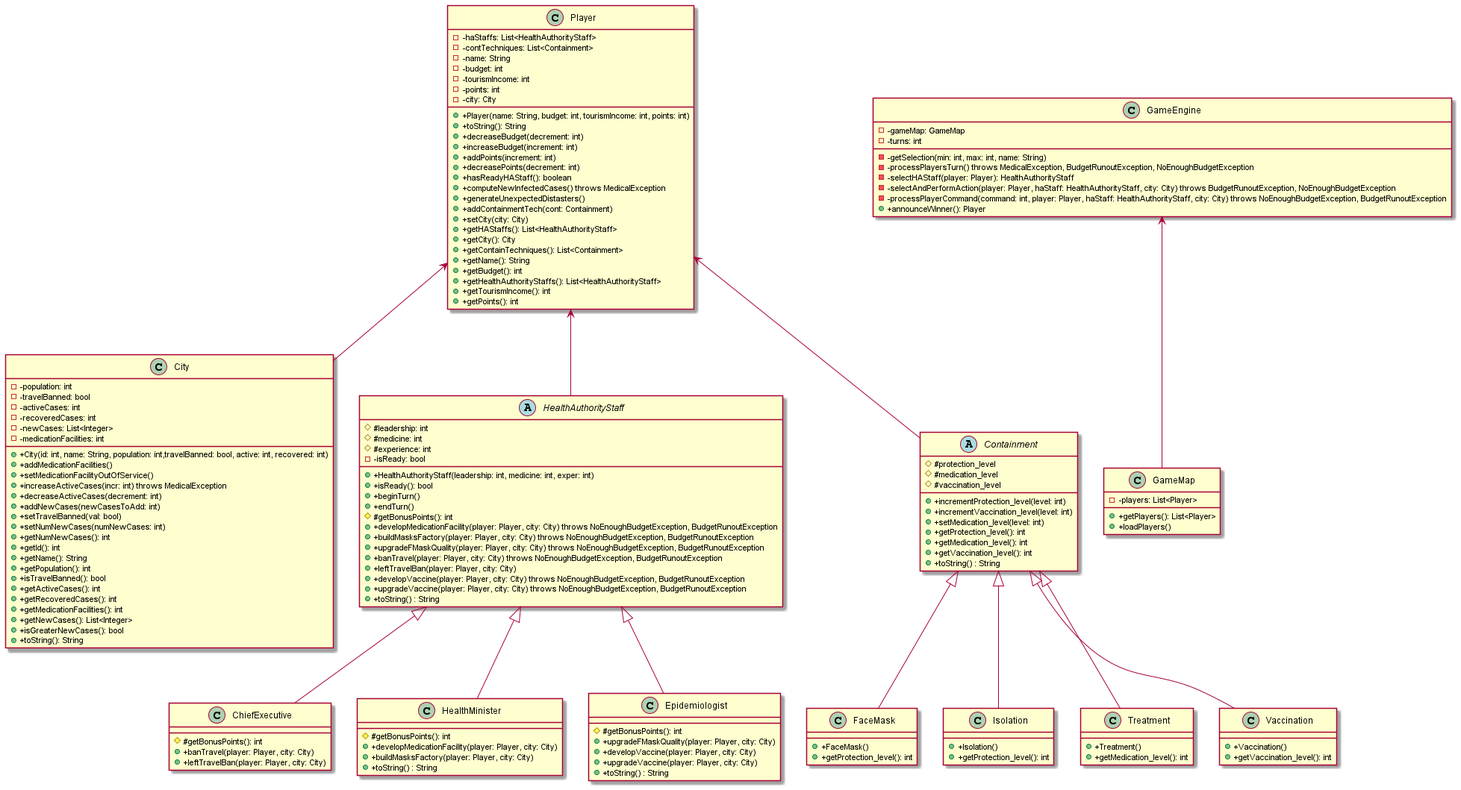
This is engine.png from ahmad-hl/comp3021-corona-spring2021, a PlantUML export, as it was before one commit.
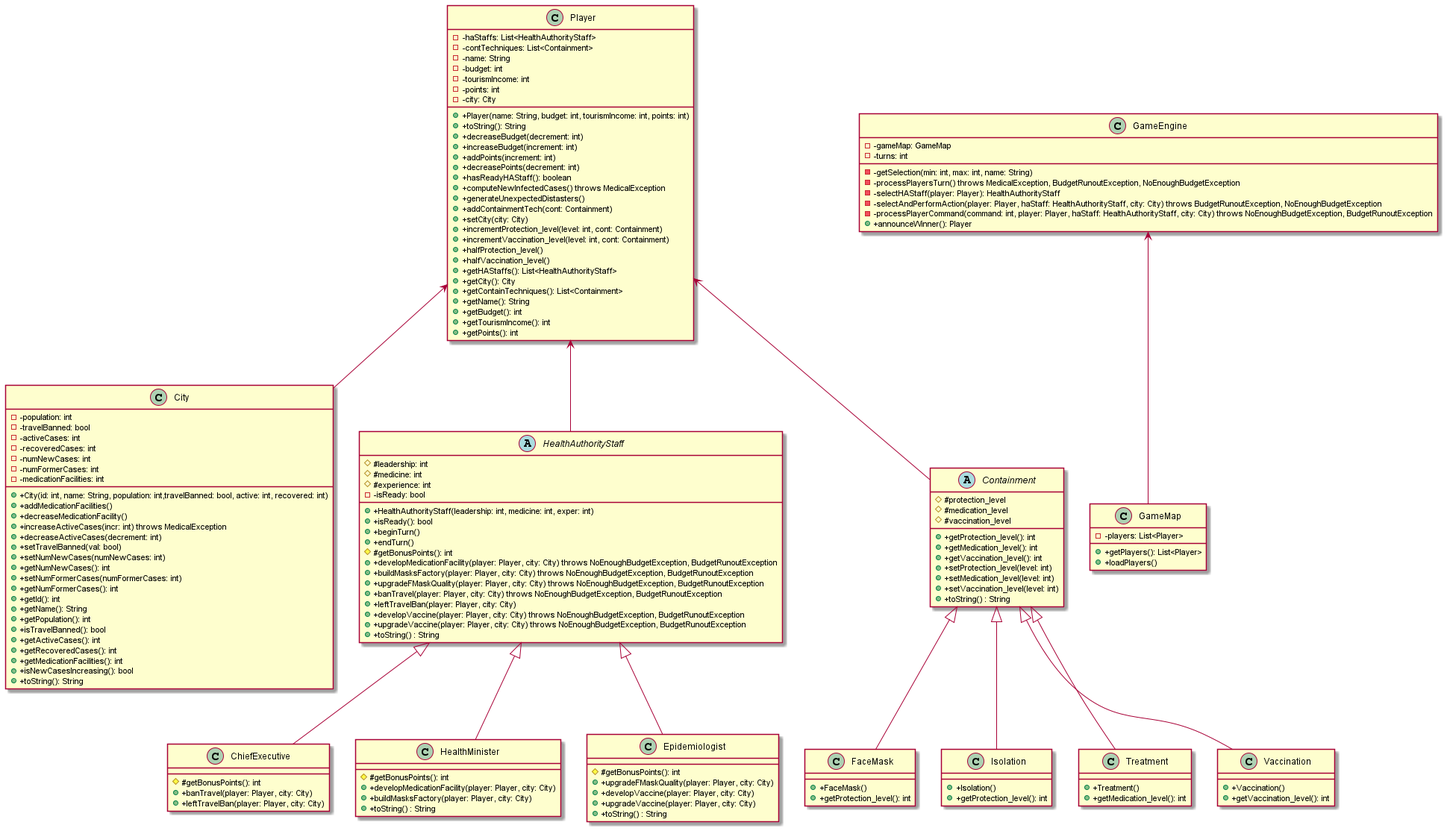
After the commit.

What changed in the source:
```diff
@@ -4,17 +4,20 @@
 - -travelBanned: bool
 - -activeCases: int
 - -recoveredCases: int
-- -newCases: List<Integer>
+- -numNewCases: int
+- -numFormerCases: int
 - -medicationFacilities: int
+
 + +City(id: int, name: String, population: int,travelBanned: bool, active: int, recovered: int)
 + +addMedicationFacilities()
-+ +setMedicationFacilityOutOfService()
++ +decreaseMedicationFacility()
 + +increaseActiveCases(incr: int) throws MedicalException
 + +decreaseActiveCases(decrement: int)
-+ +addNewCases(newCasesToAdd: int)
 + +setTravelBanned(val: bool)
 + +setNumNewCases(numNewCases: int)
 + +getNumNewCases(): int
++ +setNumFormerCases(numFormerCases: int)
++ +getNumFormerCases(): int
 + +getId(): int
 + +getName(): String
 + +getPopulation(): int
@@ -22,8 +25,7 @@
 + +getActiveCases(): int
 + +getRecoveredCases(): int
 + +getMedicationFacilities(): int
-+ +getNewCases(): List<Integer>
-+ +isGreaterNewCases(): bool
++ +isNewCasesIncreasing(): bool
 + +toString(): String
 }
 
@@ -46,12 +48,15 @@
 + +generateUnexpectedDistasters()
 + +addContainmentTech(cont: Containment)
 + +setCity(city: City)
++ +incrementProtection_level(level: int, cont: Containment)
++ +incrementVaccination_level(level: int, cont: Containment)
++ +halfProtection_level()
++ +halfVaccination_level()
 + +getHAStaffs(): List<HealthAuthorityStaff>
 + +getCity(): City
 + +getContainTechniques(): List<Containment>
 + +getName(): String
 + +getBudget(): int
-+ +getHealthAuthorityStaffs(): List<HealthAuthorityStaff>
 + +getTourismIncome(): int
 + +getPoints(): int
 }
@@ -119,14 +124,15 @@
 # #protection_level
 # #medication_level
 # #vaccination_level
-+ +incrementProtection_level(level: int)
-+ +incrementVaccination_level(level: int)
-+ +setMedication_level(level: int)
 + +getProtection_level(): int
 + +getMedication_level(): int
 + +getVaccination_level(): int
++ +setProtection_level(level: int)
++ +setMedication_level(level: int)
++ +setVaccination_level(level: int)
 + +toString() : String
 }
+
 class FaceMask{
 + +FaceMask()
 + +getProtection_level(): int
```
